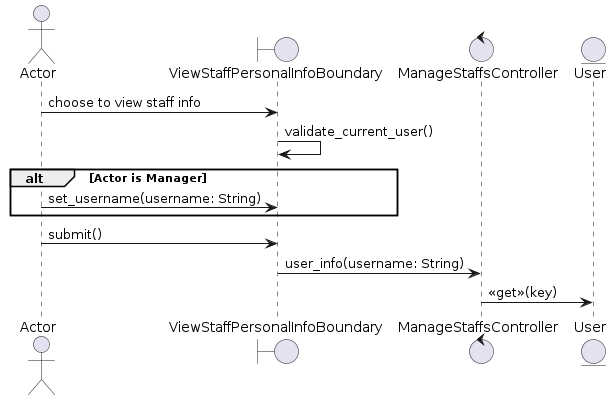
The PlantUML diagram docs/UML/Sequence Diagrams/view-staff-personal-info.png in LapTQ/MCT, before a commit.
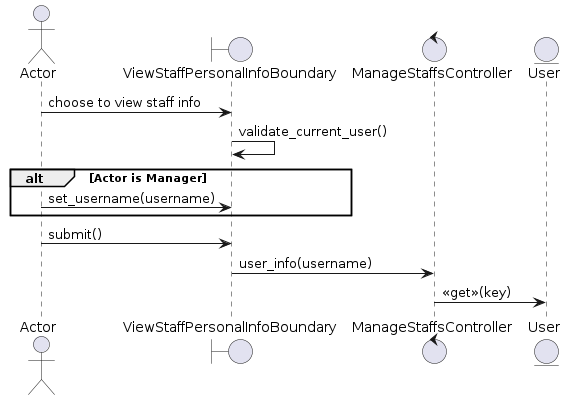
The same file after the commit.

What changed in the source:
```diff
@@ -9,13 +9,13 @@
 A -> B1: choose to view staff info
 B1 -> B1: validate_current_user()
 alt Actor is Manager
-    A -> B1: set_username(username: String)
+    A -> B1: set_username(username)
 end
 A -> B1: submit()
 
 
 
-B1 -> C: user_info(username: String)
+B1 -> C: user_info(username)
 C -> E: <<get>>(key)
 
 
```
